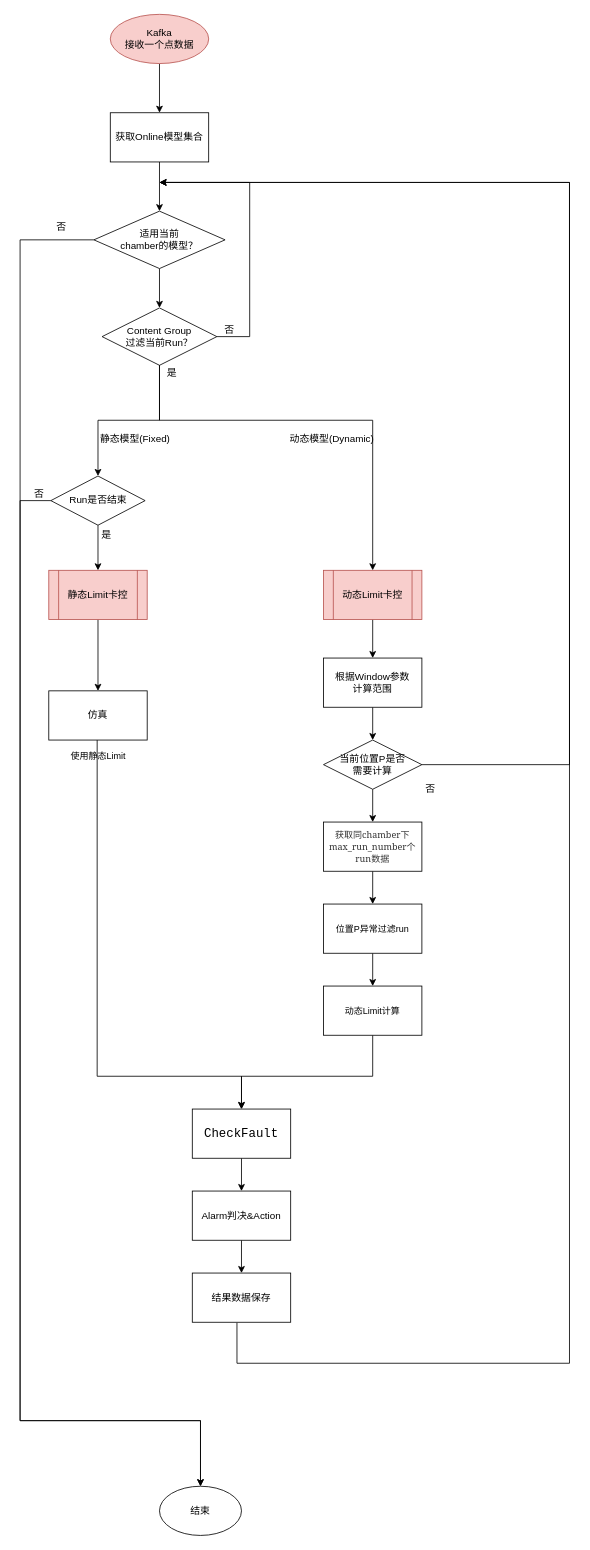
The draw.io diagram page "1.1" (1 of 3) of 动态Limit.drawio in siyawu/draw, before the edit. Source tidied: cells renumbered, new cells numbered last; positions are measured from the earlier drawing's top-left corner, leaving out a move shared by most shapes. Both pictures are drawn from the tidied source at 82%, with x=0, y=0 at pixel (20, 14).
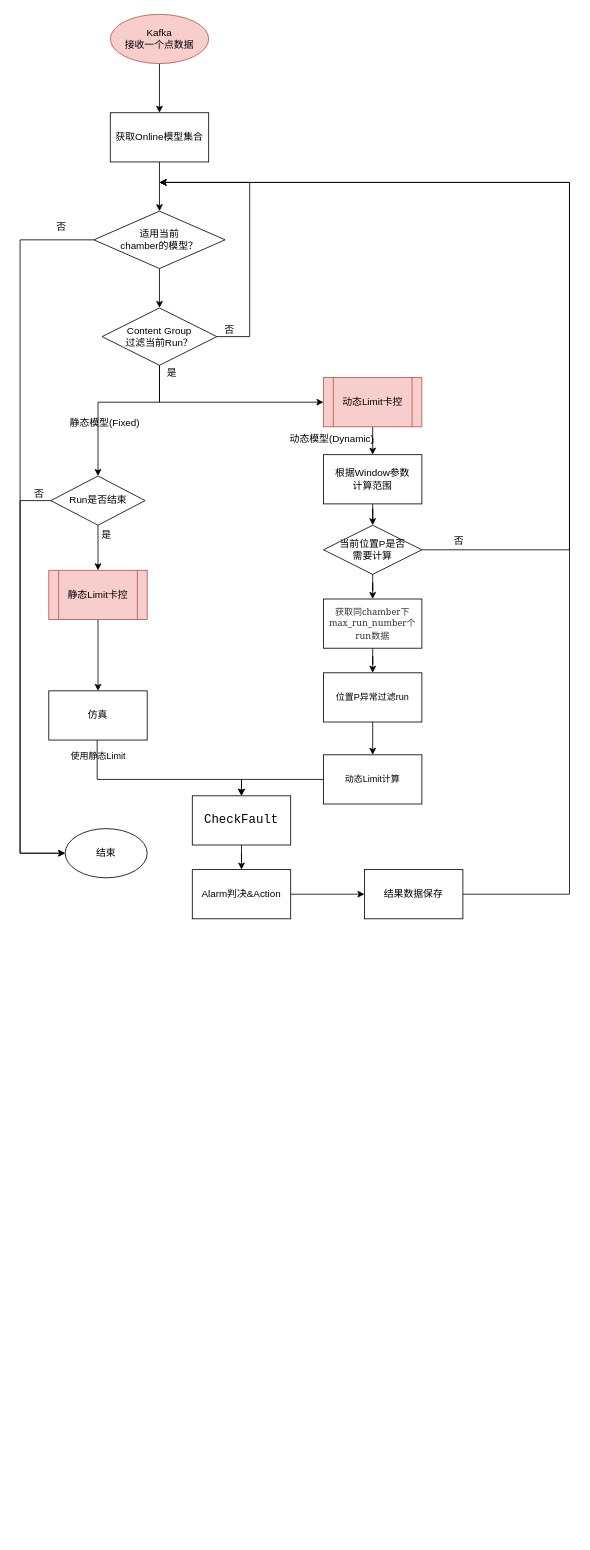
The same page after the edit.

The change refers to these unchanged cells:
```xml
<mxCell id="10" value="适用当前&lt;br&gt;chamber的模型？" style="rhombus;whiteSpace=wrap;html=1;strokeWidth=1;" parent="1" vertex="1">
  <mxGeometry x="90" y="240" width="160" height="70" as="geometry" />
</mxCell>
<mxCell id="18" value="Run是否结束" style="strokeWidth=1;html=1;shape=mxgraph.flowchart.decision;whiteSpace=wrap;" parent="1" vertex="1">
  <mxGeometry x="37.5" y="563" width="115" height="60" as="geometry" />
</mxCell>
<mxCell id="26" value="Content Group&lt;br&gt;过滤当前Run？" style="rhombus;whiteSpace=wrap;html=1;strokeWidth=1;" parent="1" vertex="1">
  <mxGeometry x="100" y="358" width="140" height="70" as="geometry" />
</mxCell>
<mxCell id="29" value="仿真" style="whiteSpace=wrap;html=1;" parent="1" vertex="1">
  <mxGeometry x="35" y="825" width="120" height="60" as="geometry" />
</mxCell>
```

The edit, as a diff of the source:
```diff
@@
-    <mxCell id="6" style="edgeStyle=orthogonalEdgeStyle;rounded=0;jettySize=auto;html=1;" parent="1" edge="1" source="10" target="11">
+    <mxCell id="6" style="edgeStyle=orthogonalEdgeStyle;rounded=0;jettySize=auto;html=1;entryX=0;entryY=0.5;entryDx=0;entryDy=0;entryPerimeter=0;" parent="1" edge="1" source="10" target="11">
       <mxGeometry relative="1" as="geometry">
         <Array as="points">
           <mxPoint y="275" />
-          <mxPoint y="1715" />
-          <mxPoint x="220" y="1715" />
+          <mxPoint y="1023" />
         </Array>
       </mxGeometry>
     </mxCell>
     <mxCell id="7" style="edgeStyle=orthogonalEdgeStyle;rounded=0;jettySize=auto;html=1;entryX=0.5;entryY=0;entryDx=0;entryDy=0;entryPerimeter=0;exitX=0.5;exitY=1;exitDx=0;exitDy=0;" parent="1" edge="1" source="26" target="18">
       <mxGeometry relative="1" as="geometry">
         <Array as="points">
-          <mxPoint x="170" y="415" />
-          <mxPoint x="170" y="495" />
-          <mxPoint x="95" y="495" />
+          <mxPoint x="170" y="473" />
+          <mxPoint x="95" y="473" />
         </Array>
       </mxGeometry>
     </mxCell>
-    <mxCell id="8" style="edgeStyle=orthogonalEdgeStyle;rounded=0;jettySize=auto;html=1;exitX=0.5;exitY=1;exitDx=0;exitDy=0;entryX=0.5;entryY=0;entryDx=0;entryDy=0;" parent="1" edge="1" source="26" target="24">
+    <mxCell id="8" style="edgeStyle=orthogonalEdgeStyle;rounded=0;jettySize=auto;html=1;exitX=0.5;exitY=1;exitDx=0;exitDy=0;entryX=0;entryY=0.5;entryDx=0;entryDy=0;" parent="1" edge="1" source="26" target="24">
       <mxGeometry relative="1" as="geometry">
         <Array as="points">
-          <mxPoint x="170" y="415" />
-          <mxPoint x="170" y="495" />
-          <mxPoint x="290" y="495" />
+          <mxPoint x="170" y="473" />
         </Array>
       </mxGeometry>
     </mxCell>
@@
     <mxCell id="11" value="结束" style="strokeWidth=1;html=1;shape=mxgraph.flowchart.start_1;whiteSpace=wrap;" parent="1" vertex="1">
-      <mxGeometry x="170" y="1795" width="100" height="60" as="geometry" />
+      <mxGeometry x="55" y="993" width="100" height="60" as="geometry" />
     </mxCell>
@@
     <mxCell id="14" value="静态模型(Fixed)" style="text;html=1;align=center;verticalAlign=middle;strokeColor=none;fillColor=none;" parent="1" vertex="1">
-      <mxGeometry x="90" y="508" width="100" height="20" as="geometry" />
+      <mxGeometry x="52.5" y="488" width="100" height="20" as="geometry" />
     </mxCell>
@@
-    <mxCell id="16" style="edgeStyle=orthogonalEdgeStyle;rounded=0;jettySize=auto;html=1;exitX=0;exitY=0.5;exitDx=0;exitDy=0;exitPerimeter=0;entryX=0.5;entryY=0;entryDx=0;entryDy=0;entryPerimeter=0;" parent="1" edge="1" source="18" target="11">
+    <mxCell id="16" style="edgeStyle=orthogonalEdgeStyle;rounded=0;jettySize=auto;html=1;exitX=0;exitY=0.5;exitDx=0;exitDy=0;exitPerimeter=0;entryX=0;entryY=0.5;entryDx=0;entryDy=0;entryPerimeter=0;" parent="1" edge="1" source="18" target="11">
       <mxGeometry relative="1" as="geometry">
         <Array as="points">
           <mxPoint y="593" />
-          <mxPoint y="1715" />
-          <mxPoint x="220" y="1715" />
+          <mxPoint y="1023" />
         </Array>
       </mxGeometry>
     </mxCell>
@@
     <mxCell id="24" value="动态Limit卡控" style="shape=process;whiteSpace=wrap;html=1;backgroundOutline=1;fillColor=#f8cecc;strokeColor=#b85450;" parent="1" vertex="1">
-      <mxGeometry x="370" y="678" width="120" height="60" as="geometry" />
+      <mxGeometry x="370" y="443" width="120" height="60" as="geometry" />
     </mxCell>
@@
     <mxCell id="28" style="edgeStyle=orthogonalEdgeStyle;rounded=0;jettySize=auto;html=1;entryX=0.5;entryY=0;entryDx=0;entryDy=0;" parent="1" edge="1" source="29" target="31">
       <mxGeometry relative="1" as="geometry">
         <Array as="points">
-          <mxPoint x="94" y="1295" />
-          <mxPoint x="270" y="1295" />
+          <mxPoint x="94" y="933" />
+          <mxPoint x="270" y="933" />
         </Array>
       </mxGeometry>
     </mxCell>
@@
     <mxCell id="31" value="&lt;span style=&quot;background-color: rgb(255 , 255 , 255) ; font-family: &amp;#34;jetbrains mono&amp;#34; , monospace ; font-size: 11.3pt&quot;&gt;CheckFault&lt;/span&gt;" style="rounded=0;whiteSpace=wrap;html=1;fontColor=#000000;strokeWidth=1;" parent="1" vertex="1">
-      <mxGeometry x="210" y="1335" width="120" height="60" as="geometry" />
+      <mxGeometry x="210" y="953" width="120" height="60" as="geometry" />
     </mxCell>
@@
     <mxCell id="33" value="Alarm判决&amp;amp;Action" style="rounded=0;whiteSpace=wrap;html=1;fontColor=#000000;strokeWidth=1;" parent="1" vertex="1">
-      <mxGeometry x="210" y="1435" width="120" height="60" as="geometry" />
+      <mxGeometry x="210" y="1043" width="120" height="60" as="geometry" />
     </mxCell>
-    <mxCell id="34" style="edgeStyle=orthogonalEdgeStyle;rounded=0;jettySize=auto;html=1;fontColor=#000000;exitX=0.454;exitY=1.008;exitDx=0;exitDy=0;exitPerimeter=0;" parent="1" edge="1" source="35">
+    <mxCell id="34" style="edgeStyle=orthogonalEdgeStyle;rounded=0;jettySize=auto;html=1;fontColor=#000000;exitX=1;exitY=0.5;exitDx=0;exitDy=0;" parent="1" edge="1" source="35">
       <mxGeometry relative="1" as="geometry">
         <mxPoint x="170" y="205" as="targetPoint" />
         <Array as="points">
-          <mxPoint x="265" y="1645" />
-          <mxPoint x="670" y="1645" />
+          <mxPoint x="670" y="1073" />
           <mxPoint x="670" y="205" />
         </Array>
       </mxGeometry>
     </mxCell>
     <mxCell id="35" value="结果数据保存" style="rounded=0;whiteSpace=wrap;html=1;fontColor=#000000;strokeWidth=1;" parent="1" vertex="1">
-      <mxGeometry x="210" y="1535" width="120" height="60" as="geometry" />
+      <mxGeometry x="420" y="1043" width="120" height="60" as="geometry" />
     </mxCell>
@@
     <mxCell id="37" value="根据Window参数&lt;br&gt;计算范围" style="rounded=0;whiteSpace=wrap;html=1;fontColor=#000000;strokeWidth=1;" parent="1" vertex="1">
-      <mxGeometry x="370" y="785" width="120" height="60" as="geometry" />
+      <mxGeometry x="370" y="537" width="120" height="60" as="geometry" />
     </mxCell>
     <mxCell id="38" style="edgeStyle=orthogonalEdgeStyle;rounded=0;jettySize=auto;html=1;fontColor=#000000;exitX=1;exitY=0.5;exitDx=0;exitDy=0;" parent="1" edge="1" source="40">
       <mxGeometry relative="1" as="geometry">
         <mxPoint x="170" y="205" as="targetPoint" />
         <Array as="points">
-          <mxPoint x="670" y="915" />
+          <mxPoint x="670" y="653" />
           <mxPoint x="670" y="205" />
         </Array>
       </mxGeometry>
     </mxCell>
@@
     <mxCell id="40" value="当前位置P是否&lt;br&gt;需要计算" style="rhombus;whiteSpace=wrap;html=1;fontColor=#000000;strokeWidth=1;" parent="1" vertex="1">
-      <mxGeometry x="370" y="885" width="120" height="60" as="geometry" />
+      <mxGeometry x="370" y="623" width="120" height="60" as="geometry" />
     </mxCell>
     <mxCell id="41" value="否" style="text;html=1;align=center;verticalAlign=middle;strokeColor=none;fillColor=none;fontColor=#000000;" parent="1" vertex="1">
-      <mxGeometry x="485" y="935" width="30" height="20" as="geometry" />
+      <mxGeometry x="520" y="633" width="30" height="20" as="geometry" />
     </mxCell>
@@
     <mxCell id="43" value="&lt;span style=&quot;color: rgb(51 , 51 , 51) ; font-family: &amp;#34;merriweather&amp;#34; , &amp;#34;pt serif&amp;#34; , &amp;#34;georgia&amp;#34; , &amp;#34;times new roman&amp;#34; , &amp;#34;stsong&amp;#34; , &amp;#34;segoe ui emoji&amp;#34; , serif ; font-size: 11px ; text-align: left ; background-color: rgb(255 , 255 , 255)&quot;&gt;获取同chamber下max_run_number个run数据&lt;/span&gt;" style="rounded=0;whiteSpace=wrap;html=1;fontColor=#000000;strokeWidth=1;fontSize=11;" parent="1" vertex="1">
-      <mxGeometry x="370" y="985" width="120" height="60" as="geometry" />
+      <mxGeometry x="370" y="713" width="120" height="60" as="geometry" />
     </mxCell>
@@
     <mxCell id="45" value="位置P异常过滤run" style="rounded=0;whiteSpace=wrap;html=1;fontSize=11;fontColor=#000000;strokeWidth=1;" parent="1" vertex="1">
-      <mxGeometry x="370" y="1085" width="120" height="60" as="geometry" />
+      <mxGeometry x="370" y="803" width="120" height="60" as="geometry" />
     </mxCell>
-    <mxCell id="46" style="edgeStyle=orthogonalEdgeStyle;rounded=0;jettySize=auto;html=1;entryX=0.5;entryY=0;entryDx=0;entryDy=0;fontSize=11;fontColor=#000000;exitX=0.5;exitY=1;exitDx=0;exitDy=0;" parent="1" edge="1" source="47" target="31">
+    <mxCell id="46" style="edgeStyle=orthogonalEdgeStyle;rounded=0;jettySize=auto;html=1;entryX=0.5;entryY=0;entryDx=0;entryDy=0;fontSize=11;fontColor=#000000;exitX=0;exitY=0.5;exitDx=0;exitDy=0;" parent="1" edge="1" source="47" target="31">
       <mxGeometry relative="1" as="geometry">
         <Array as="points">
-          <mxPoint x="430" y="1295" />
-          <mxPoint x="270" y="1295" />
+          <mxPoint x="270" y="933" />
         </Array>
       </mxGeometry>
     </mxCell>
     <mxCell id="47" value="动态Limit计算" style="rounded=0;whiteSpace=wrap;html=1;fontSize=11;fontColor=#000000;strokeWidth=1;" parent="1" vertex="1">
-      <mxGeometry x="370" y="1185" width="120" height="60" as="geometry" />
+      <mxGeometry x="370" y="903" width="120" height="60" as="geometry" />
     </mxCell>
```
